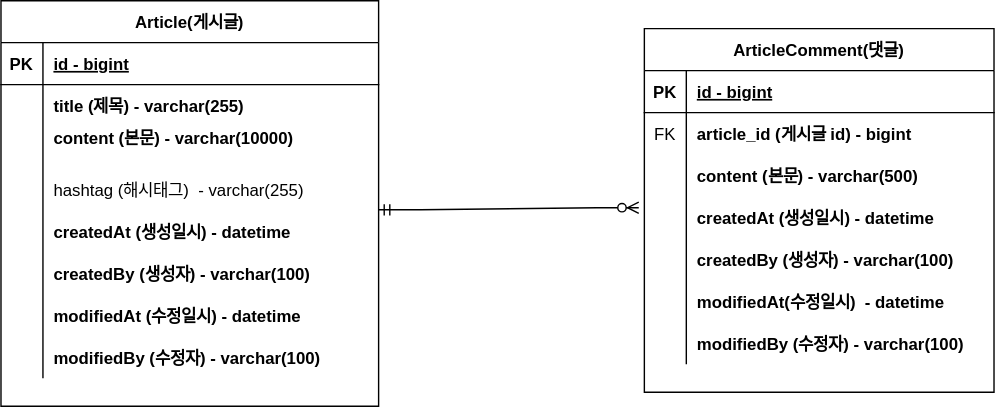
This is document/project-board-erd.svg from ikyoon0619/board-service, a draw.io export, as it was before one commit. Source tidied: cells renumbered, new cells last; positions are measured from the earlier drawing's top-left corner, leaving out a move shared by most shapes.
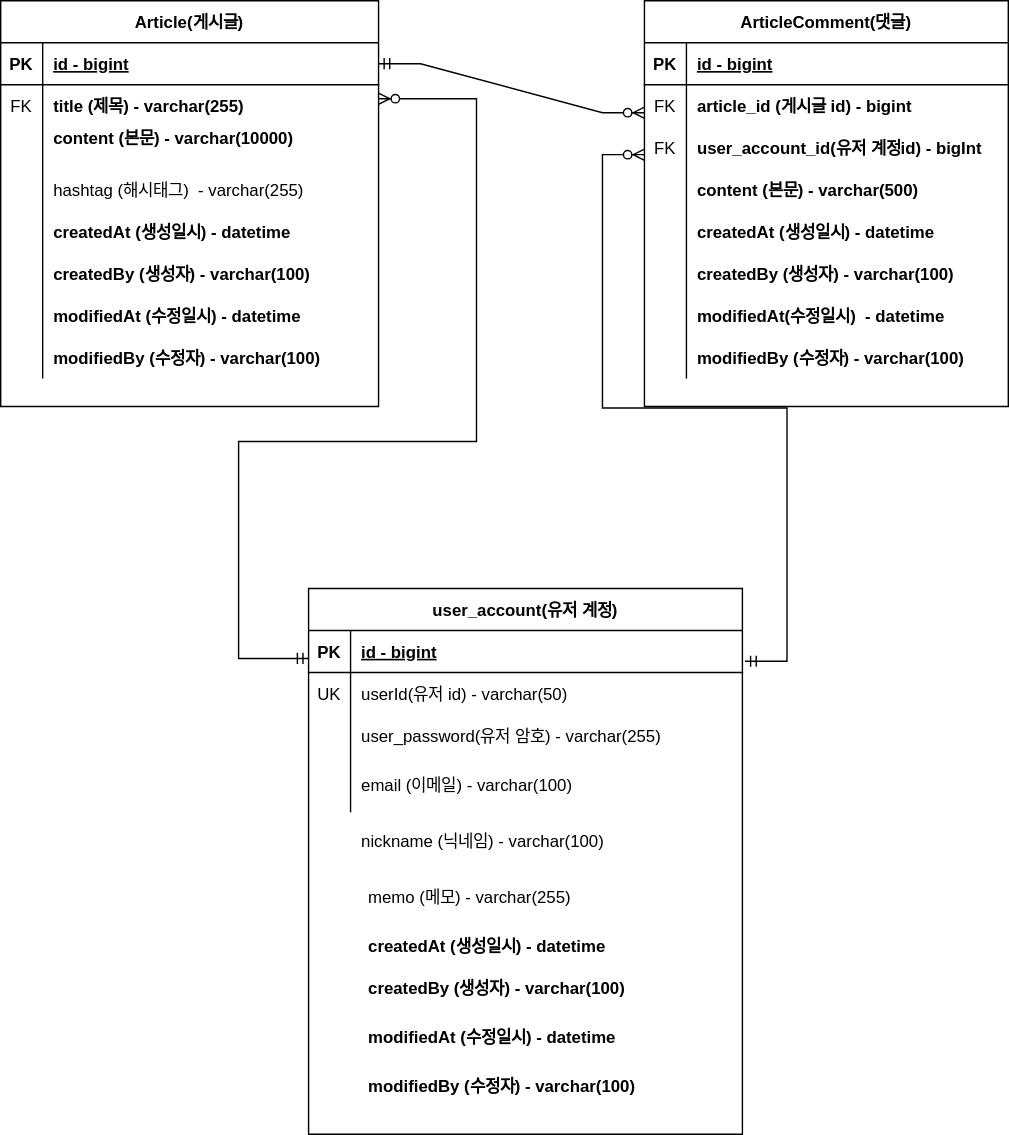
Later version of the same file.

Commit message:
#20 - 도메인 수정 - 회원 계정과 게시글, 댓글 관계 연결

What changed in the source:
```diff
@@ -17,7 +17,7 @@
     <mxCell id="6" style="shape=tableRow;horizontal=0;startSize=0;swimlaneHead=0;swimlaneBody=0;fillColor=none;top=0;left=0;right=0;bottom=0;" parent="2" vertex="1">
       <mxGeometry y="60" width="270" height="30" as="geometry" />
     </mxCell>
-    <mxCell id="7" style="shape=partialRectangle;fillColor=none;top=0;left=0;bottom=0;right=0;overflow=hidden;" parent="6" vertex="1">
+    <mxCell id="7" value="FK" style="shape=partialRectangle;fillColor=none;top=0;left=0;bottom=0;right=0;overflow=hidden;" parent="6" vertex="1">
       <mxGeometry width="30" height="30" as="geometry" />
     </mxCell>
     <mxCell id="8" value="title (제목) - varchar(255)" style="shape=partialRectangle;fillColor=none;top=0;left=0;bottom=0;right=0;align=left;spacingLeft=6;overflow=hidden;fontStyle=1;" parent="6" vertex="1">
@@ -78,75 +78,159 @@
       <mxGeometry x="30" width="240" height="30" as="geometry" />
     </mxCell>
     <mxCell id="27" value="ArticleComment(댓글)" style="shape=table;startSize=30;rowLines=0;fontStyle=1;align=center;" parent="1" vertex="1">
-      <mxGeometry x="460" y="20" width="250" height="260" as="geometry" />
+      <mxGeometry x="460" width="260" height="290" as="geometry" />
     </mxCell>
     <mxCell id="28" style="shape=tableRow;horizontal=0;startSize=0;swimlaneHead=0;swimlaneBody=0;fillColor=none;top=0;left=0;right=0;bottom=1;" parent="27" vertex="1">
-      <mxGeometry y="30" width="250" height="30" as="geometry" />
+      <mxGeometry y="30" width="260" height="30" as="geometry" />
     </mxCell>
     <mxCell id="29" value="PK" style="shape=partialRectangle;fillColor=none;top=0;left=0;bottom=0;right=0;fontStyle=1;overflow=hidden;" parent="28" vertex="1">
       <mxGeometry width="30" height="30" as="geometry" />
     </mxCell>
     <mxCell id="30" value="id - bigint" style="shape=partialRectangle;fillColor=none;top=0;left=0;bottom=0;right=0;align=left;spacingLeft=6;fontStyle=5;overflow=hidden;" parent="28" vertex="1">
-      <mxGeometry x="30" width="220" height="30" as="geometry" />
+      <mxGeometry x="30" width="230" height="30" as="geometry" />
     </mxCell>
     <mxCell id="31" style="shape=tableRow;horizontal=0;startSize=0;swimlaneHead=0;swimlaneBody=0;fillColor=none;top=0;left=0;right=0;bottom=0;" parent="27" vertex="1">
-      <mxGeometry y="60" width="250" height="30" as="geometry" />
+      <mxGeometry y="60" width="260" height="30" as="geometry" />
     </mxCell>
     <mxCell id="32" value="FK" style="shape=partialRectangle;fillColor=none;top=0;left=0;bottom=0;right=0;overflow=hidden;" parent="31" vertex="1">
       <mxGeometry width="30" height="30" as="geometry" />
     </mxCell>
     <mxCell id="33" value="article_id (게시글 id) - bigint" style="shape=partialRectangle;fillColor=none;top=0;left=0;bottom=0;right=0;align=left;spacingLeft=6;overflow=hidden;fontStyle=1;" parent="31" vertex="1">
-      <mxGeometry x="30" width="220" height="30" as="geometry" />
+      <mxGeometry x="30" width="230" height="30" as="geometry" />
     </mxCell>
+    <mxCell id="50" style="shape=tableRow;horizontal=0;startSize=0;swimlaneHead=0;swimlaneBody=0;fillColor=none;top=0;left=0;right=0;bottom=0;" parent="27" vertex="1">
+      <mxGeometry y="90" width="260" height="30" as="geometry" />
+    </mxCell>
+    <mxCell id="51" value="FK" style="shape=partialRectangle;fillColor=none;top=0;left=0;bottom=0;right=0;overflow=hidden;" parent="50" vertex="1">
+      <mxGeometry width="30" height="30" as="geometry" />
+    </mxCell>
+    <mxCell id="52" value="user_account_id(유저 계정id) - bigInt" style="shape=partialRectangle;fillColor=none;top=0;left=0;bottom=0;right=0;align=left;spacingLeft=6;overflow=hidden;fontStyle=1;" parent="50" vertex="1">
+      <mxGeometry x="30" width="230" height="30" as="geometry" />
+    </mxCell>
     <mxCell id="34" style="shape=tableRow;horizontal=0;startSize=0;swimlaneHead=0;swimlaneBody=0;fillColor=none;top=0;left=0;right=0;bottom=0;" parent="27" vertex="1">
-      <mxGeometry y="90" width="250" height="30" as="geometry" />
+      <mxGeometry y="120" width="260" height="30" as="geometry" />
     </mxCell>
     <mxCell id="35" style="shape=partialRectangle;fillColor=none;top=0;left=0;bottom=0;right=0;overflow=hidden;" parent="34" vertex="1">
       <mxGeometry width="30" height="30" as="geometry" />
     </mxCell>
     <mxCell id="36" value="content (본문) - varchar(500)" style="shape=partialRectangle;fillColor=none;top=0;left=0;bottom=0;right=0;align=left;spacingLeft=6;overflow=hidden;fontStyle=1;" parent="34" vertex="1">
-      <mxGeometry x="30" width="220" height="30" as="geometry" />
+      <mxGeometry x="30" width="230" height="30" as="geometry" />
     </mxCell>
     <mxCell id="37" style="shape=tableRow;horizontal=0;startSize=0;swimlaneHead=0;swimlaneBody=0;fillColor=none;points=[[0,0.5],[1,0.5]];portConstraint=eastwest;top=0;left=0;right=0;bottom=0;" parent="27" vertex="1">
-      <mxGeometry y="120" width="250" height="30" as="geometry" />
+      <mxGeometry y="150" width="260" height="30" as="geometry" />
     </mxCell>
     <mxCell id="38" style="shape=partialRectangle;fillColor=none;top=0;left=0;bottom=0;right=0;overflow=hidden;" parent="37" vertex="1">
       <mxGeometry width="30" height="30" as="geometry" />
     </mxCell>
     <mxCell id="39" value="createdAt (생성일시) - datetime" style="shape=partialRectangle;fillColor=none;top=0;left=0;bottom=0;right=0;align=left;spacingLeft=6;overflow=hidden;fontStyle=1;" parent="37" vertex="1">
-      <mxGeometry x="30" width="220" height="30" as="geometry" />
+      <mxGeometry x="30" width="230" height="30" as="geometry" />
     </mxCell>
     <mxCell id="40" style="shape=tableRow;horizontal=0;startSize=0;swimlaneHead=0;swimlaneBody=0;fillColor=none;top=0;left=0;right=0;bottom=0;" parent="27" vertex="1">
-      <mxGeometry y="150" width="250" height="30" as="geometry" />
+      <mxGeometry y="180" width="260" height="30" as="geometry" />
     </mxCell>
     <mxCell id="41" style="shape=partialRectangle;fillColor=none;top=0;left=0;bottom=0;right=0;overflow=hidden;" parent="40" vertex="1">
       <mxGeometry width="30" height="30" as="geometry" />
     </mxCell>
     <mxCell id="42" value="createdBy (생성자) - varchar(100)" style="shape=partialRectangle;fillColor=none;top=0;left=0;bottom=0;right=0;align=left;spacingLeft=6;overflow=hidden;fontStyle=1;" parent="40" vertex="1">
-      <mxGeometry x="30" width="220" height="30" as="geometry" />
+      <mxGeometry x="30" width="230" height="30" as="geometry" />
     </mxCell>
     <mxCell id="43" style="shape=tableRow;horizontal=0;startSize=0;swimlaneHead=0;swimlaneBody=0;fillColor=none;top=0;left=0;right=0;bottom=0;" parent="27" vertex="1">
-      <mxGeometry y="180" width="250" height="30" as="geometry" />
+      <mxGeometry y="210" width="260" height="30" as="geometry" />
     </mxCell>
     <mxCell id="44" style="shape=partialRectangle;fillColor=none;top=0;left=0;bottom=0;right=0;overflow=hidden;" parent="43" vertex="1">
       <mxGeometry width="30" height="30" as="geometry" />
     </mxCell>
     <mxCell id="45" value="modifiedAt(수정일시)  - datetime" style="shape=partialRectangle;fillColor=none;top=0;left=0;bottom=0;right=0;align=left;spacingLeft=6;overflow=hidden;fontStyle=1;" parent="43" vertex="1">
-      <mxGeometry x="30" width="220" height="30" as="geometry" />
+      <mxGeometry x="30" width="230" height="30" as="geometry" />
     </mxCell>
     <mxCell id="46" style="shape=tableRow;horizontal=0;startSize=0;swimlaneHead=0;swimlaneBody=0;fillColor=none;top=0;left=0;right=0;bottom=0;" parent="27" vertex="1">
-      <mxGeometry y="210" width="250" height="30" as="geometry" />
+      <mxGeometry y="240" width="260" height="30" as="geometry" />
     </mxCell>
     <mxCell id="47" style="shape=partialRectangle;fillColor=none;top=0;left=0;bottom=0;right=0;overflow=hidden;" parent="46" vertex="1">
       <mxGeometry width="30" height="30" as="geometry" />
     </mxCell>
     <mxCell id="48" value="modifiedBy (수정자) - varchar(100)" style="shape=partialRectangle;fillColor=none;top=0;left=0;bottom=0;right=0;align=left;spacingLeft=6;overflow=hidden;fontStyle=1;" parent="46" vertex="1">
-      <mxGeometry x="30" width="220" height="30" as="geometry" />
+      <mxGeometry x="30" width="230" height="30" as="geometry" />
     </mxCell>
-    <mxCell id="49" style="edgeStyle=entityRelationEdgeStyle;fontSize=12;html=1;endArrow=ERzeroToMany;startArrow=ERmandOne;rounded=0;entryX=-0.016;entryY=0.267;entryDx=0;entryDy=0;entryPerimeter=0;" parent="1" edge="1" target="37">
+    <mxCell id="49" style="edgeStyle=entityRelationEdgeStyle;fontSize=12;html=1;endArrow=ERzeroToMany;startArrow=ERmandOne;rounded=0;exitX=1;exitY=0.5;exitDx=0;exitDy=0;" parent="1" edge="1" source="3">
       <mxGeometry relative="1" as="geometry">
-        <mxPoint x="270" y="149.5" as="sourcePoint" />
+        <mxPoint x="460" y="80" as="targetPoint" />
       </mxGeometry>
     </mxCell>
+    <mxCell id="53" value="user_account(유저 계정)" style="shape=table;startSize=30;rowLines=0;fontStyle=1;align=center;" parent="1" vertex="1">
+      <mxGeometry x="220" y="420" width="310" height="390" as="geometry" />
+    </mxCell>
+    <mxCell id="54" style="shape=tableRow;horizontal=0;startSize=0;swimlaneHead=0;swimlaneBody=0;fillColor=none;points=[[0,0.5],[1,0.5]];portConstraint=eastwest;top=0;left=0;right=0;bottom=1;" parent="53" vertex="1">
+      <mxGeometry y="30" width="310" height="30" as="geometry" />
+    </mxCell>
+    <mxCell id="55" value="PK" style="shape=partialRectangle;fillColor=none;top=0;left=0;bottom=0;right=0;fontStyle=1;overflow=hidden;" parent="54" vertex="1">
+      <mxGeometry width="30" height="30" as="geometry" />
+    </mxCell>
+    <mxCell id="56" value="id - bigint" style="shape=partialRectangle;fillColor=none;top=0;left=0;bottom=0;right=0;align=left;spacingLeft=6;fontStyle=5;overflow=hidden;" parent="54" vertex="1">
+      <mxGeometry x="30" width="280" height="30" as="geometry" />
+    </mxCell>
+    <mxCell id="57" style="shape=tableRow;horizontal=0;startSize=0;swimlaneHead=0;swimlaneBody=0;fillColor=none;top=0;left=0;right=0;bottom=0;" parent="53" vertex="1">
+      <mxGeometry y="60" width="310" height="30" as="geometry" />
+    </mxCell>
+    <mxCell id="58" value="UK" style="shape=partialRectangle;fillColor=none;top=0;left=0;bottom=0;right=0;overflow=hidden;" parent="57" vertex="1">
+      <mxGeometry width="30" height="30" as="geometry" />
+    </mxCell>
+    <mxCell id="59" value="userId(유저 id) - varchar(50)" style="shape=partialRectangle;fillColor=none;top=0;left=0;bottom=0;right=0;align=left;spacingLeft=6;overflow=hidden;" parent="57" vertex="1">
+      <mxGeometry x="30" width="280" height="30" as="geometry" />
+    </mxCell>
+    <mxCell id="60" style="shape=tableRow;horizontal=0;startSize=0;swimlaneHead=0;swimlaneBody=0;fillColor=none;top=0;left=0;right=0;bottom=0;" parent="53" vertex="1">
+      <mxGeometry y="90" width="310" height="30" as="geometry" />
+    </mxCell>
+    <mxCell id="61" style="shape=partialRectangle;fillColor=none;top=0;left=0;bottom=0;right=0;overflow=hidden;" parent="60" vertex="1">
+      <mxGeometry width="30" height="30" as="geometry" />
+    </mxCell>
+    <mxCell id="62" value="user_password(유저 암호) - varchar(255)" style="shape=partialRectangle;fillColor=none;top=0;left=0;bottom=0;right=0;align=left;spacingLeft=6;overflow=hidden;" parent="60" vertex="1">
+      <mxGeometry x="30" width="280" height="30" as="geometry" />
+    </mxCell>
+    <mxCell id="63" style="shape=tableRow;horizontal=0;startSize=0;swimlaneHead=0;swimlaneBody=0;fillColor=none;top=0;left=0;right=0;bottom=0;" parent="53" vertex="1">
+      <mxGeometry y="120" width="310" height="40" as="geometry" />
+    </mxCell>
+    <mxCell id="64" style="shape=partialRectangle;fillColor=none;top=0;left=0;bottom=0;right=0;overflow=hidden;" parent="63" vertex="1">
+      <mxGeometry width="30" height="40" as="geometry" />
+    </mxCell>
+    <mxCell id="65" value="email (이메일) - varchar(100)" style="shape=partialRectangle;fillColor=none;top=0;left=0;bottom=0;right=0;align=left;spacingLeft=6;overflow=hidden;" parent="63" vertex="1">
+      <mxGeometry x="30" width="280" height="40" as="geometry" />
+    </mxCell>
+    <mxCell id="66" value="createdAt (생성일시) - datetime" style="shape=partialRectangle;fillColor=none;top=0;left=0;bottom=0;right=0;align=left;spacingLeft=6;overflow=hidden;fontStyle=1;" parent="1" vertex="1">
+      <mxGeometry x="255" y="660" width="240" height="30" as="geometry" />
+    </mxCell>
+    <mxCell id="67" value="createdBy (생성자) - varchar(100)" style="shape=partialRectangle;fillColor=none;top=0;left=0;bottom=0;right=0;align=left;spacingLeft=6;overflow=hidden;fontStyle=1;" parent="1" vertex="1">
+      <mxGeometry x="255" y="690" width="240" height="30" as="geometry" />
+    </mxCell>
+    <mxCell id="68" value="modifiedAt (수정일시) - datetime" style="shape=partialRectangle;fillColor=none;top=0;left=0;bottom=0;right=0;align=left;spacingLeft=6;overflow=hidden;fontStyle=1;" parent="1" vertex="1">
+      <mxGeometry x="255" y="730" width="240" height="20" as="geometry" />
+    </mxCell>
+    <mxCell id="69" value="modifiedBy (수정자) - varchar(100)" style="shape=partialRectangle;fillColor=none;top=0;left=0;bottom=0;right=0;align=left;spacingLeft=6;overflow=hidden;fontStyle=1;" parent="1" vertex="1">
+      <mxGeometry x="255" y="750" width="240" height="50" as="geometry" />
+    </mxCell>
+    <mxCell id="70" value="nickname (닉네임) - varchar(100)" style="shape=partialRectangle;fillColor=none;top=0;left=0;bottom=0;right=0;align=left;spacingLeft=6;overflow=hidden;" parent="1" vertex="1">
+      <mxGeometry x="250" y="580" width="280" height="40" as="geometry" />
+    </mxCell>
+    <mxCell id="71" value="memo (메모) - varchar(255)" style="shape=partialRectangle;fillColor=none;top=0;left=0;bottom=0;right=0;align=left;spacingLeft=6;overflow=hidden;" parent="1" vertex="1">
+      <mxGeometry x="255" y="620" width="280" height="40" as="geometry" />
+    </mxCell>
+    <mxCell id="72" style="edgeStyle=orthogonalEdgeStyle;fontSize=12;html=1;endArrow=ERzeroToMany;startArrow=ERmandOne;rounded=0;" parent="1" edge="1">
+      <mxGeometry relative="1" as="geometry">
+        <mxPoint x="220" y="470" as="sourcePoint" />
+        <mxPoint x="270" y="70" as="targetPoint" />
+        <Array as="points">
+          <mxPoint x="170" y="470" />
+          <mxPoint x="170" y="315" />
+          <mxPoint x="340" y="315" />
+          <mxPoint x="340" y="70" />
+          <mxPoint x="270" y="70" />
+        </Array>
+      </mxGeometry>
+    </mxCell>
+    <mxCell id="73" style="edgeStyle=entityRelationEdgeStyle;fontSize=12;html=1;endArrow=ERzeroToMany;startArrow=ERmandOne;rounded=0;exitX=1.006;exitY=0.733;exitDx=0;exitDy=0;exitPerimeter=0;" parent="1" edge="1" source="54">
+      <mxGeometry relative="1" as="geometry">
+        <mxPoint x="460" y="110" as="targetPoint" />
+      </mxGeometry>
+    </mxCell>
   </root>
 </mxGraphModel>
```
